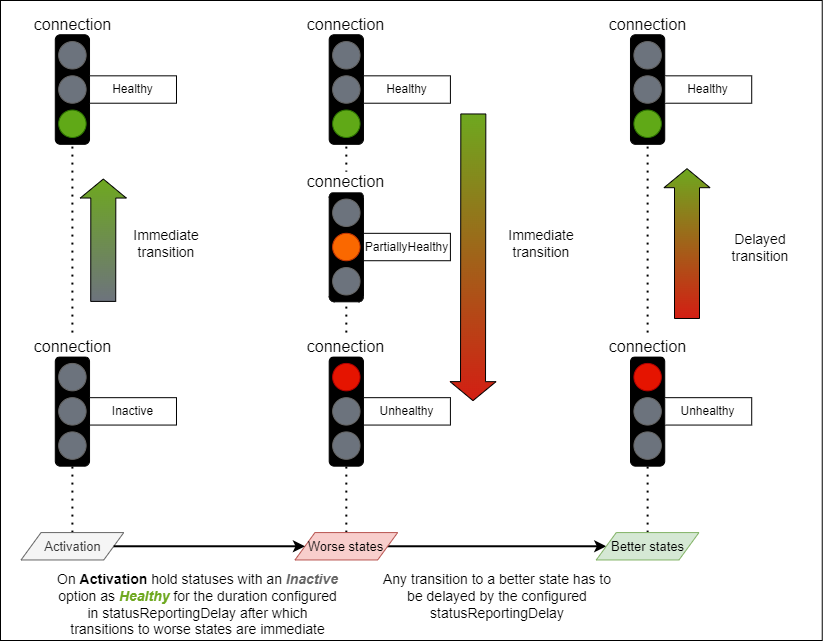
Before: docs/images/status-reporting-delay.png, a diagram exported from draw.io (AMWA-TV/bcp-008-01). Source tidied: cells renumbered, new cells last; positions are measured from the earlier drawing's top-left corner, leaving out a move shared by most shapes.
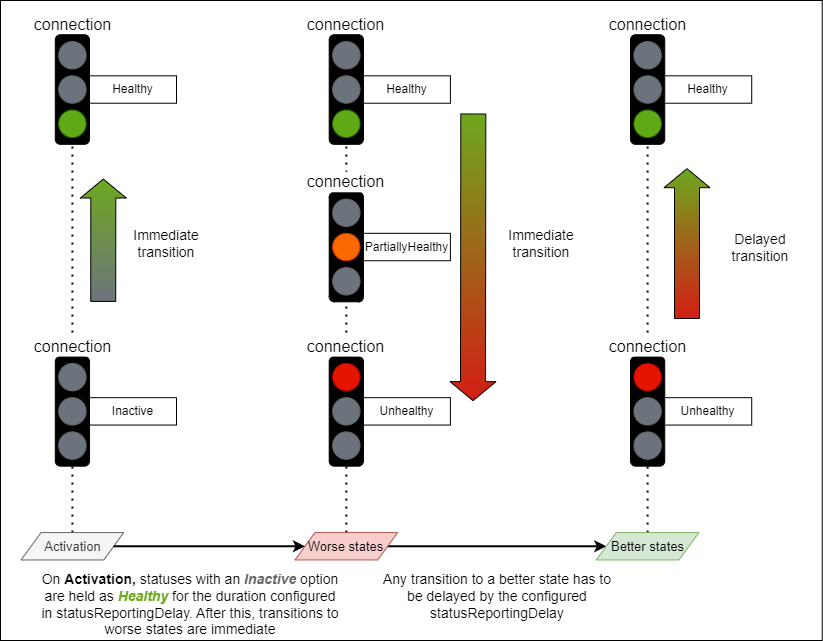
The same diagram one commit later.

Change to the diagram source:
```diff
@@ -107,8 +107,8 @@
     <mxCell id="35" style="endArrow=classic;html=1;rounded=0;exitX=1;exitY=0.5;exitDx=0;exitDy=0;entryX=0;entryY=0.5;entryDx=0;entryDy=0;strokeWidth=2;" parent="1" edge="1" source="18" target="34">
       <mxGeometry relative="1" as="geometry" />
     </mxCell>
-    <mxCell id="36" value="&lt;font&gt;On &lt;b&gt;Activation &lt;/b&gt;hold statuses with an &lt;font color=&quot;#666666&quot;&gt;&lt;b&gt;&lt;i&gt;Inactive &lt;/i&gt;&lt;/b&gt;&lt;/font&gt;option as &lt;font color=&quot;#6ea81f&quot;&gt;&lt;i&gt;&lt;b&gt;Healthy&lt;/b&gt; &lt;/i&gt;&lt;/font&gt;for the duration configured in statusReportingDelay after which transitions to worse states are immediate&lt;/font&gt;" style="text;html=1;align=center;verticalAlign=middle;whiteSpace=wrap;rounded=0;fontSize=14;" parent="1" vertex="1">
-      <mxGeometry x="54.8" y="568.4" width="285.2" height="71.6" as="geometry" />
+    <mxCell id="36" value="&lt;font&gt;On &lt;b&gt;Activation,&amp;nbsp;&lt;/b&gt;statuses with an &lt;font color=&quot;#666666&quot;&gt;&lt;b&gt;&lt;i&gt;Inactive &lt;/i&gt;&lt;/b&gt;&lt;/font&gt;option are held as &lt;font color=&quot;#6ea81f&quot;&gt;&lt;i&gt;&lt;b&gt;Healthy&lt;/b&gt; &lt;/i&gt;&lt;/font&gt;for the duration configured in statusReportingDelay. After this, transitions to worse states are immediate&lt;/font&gt;" style="text;html=1;align=center;verticalAlign=middle;whiteSpace=wrap;rounded=0;fontSize=14;" parent="1" vertex="1">
+      <mxGeometry x="40" y="568.4" width="300" height="71.6" as="geometry" />
     </mxCell>
     <mxCell id="37" style="shape=flexArrow;endArrow=classic;html=1;rounded=0;width=25;entryX=0.637;entryY=0.605;entryDx=0;entryDy=0;entryPerimeter=0;fillColor=#6ea81f;gradientColor=#d31e13;" parent="1" edge="1">
       <mxGeometry relative="1" as="geometry">
```
